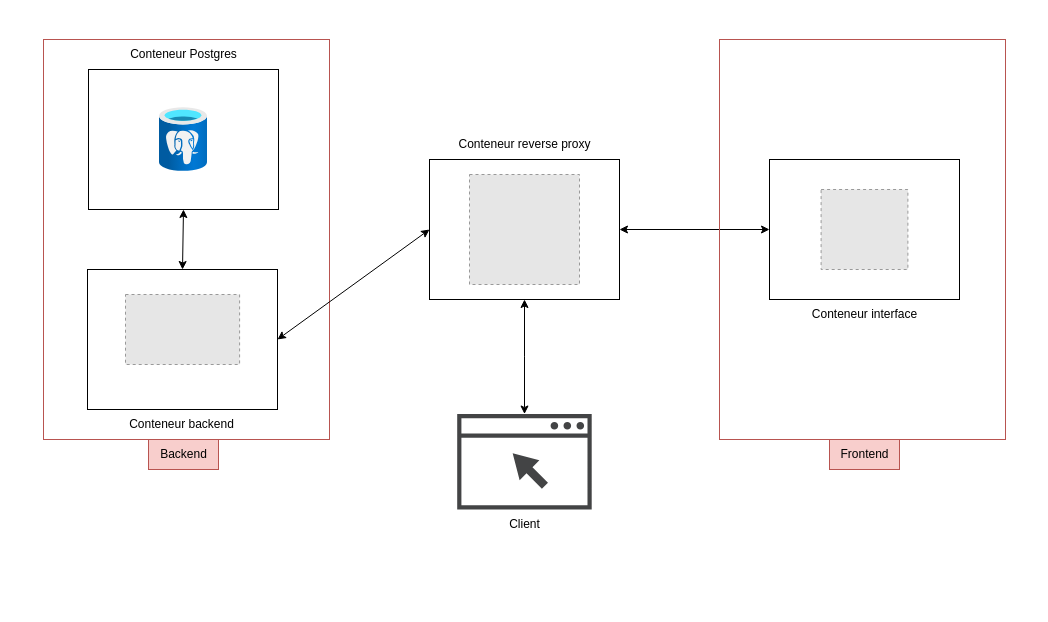
Before: docs/infra.drawio in PDG-GR9-Gestion-Decheterie/Gestion-Decheterie-Infra, a draw.io diagram. Source tidied: cells renumbered, new cells numbered last; positions are measured from the earlier drawing's top-left corner, leaving out a move shared by most shapes. Both pictures are drawn from the tidied source at 100%, with x=0, y=0 at pixel (43, 39). Pictures stored in the file or linked from it are replaced by grey dashed boxes.
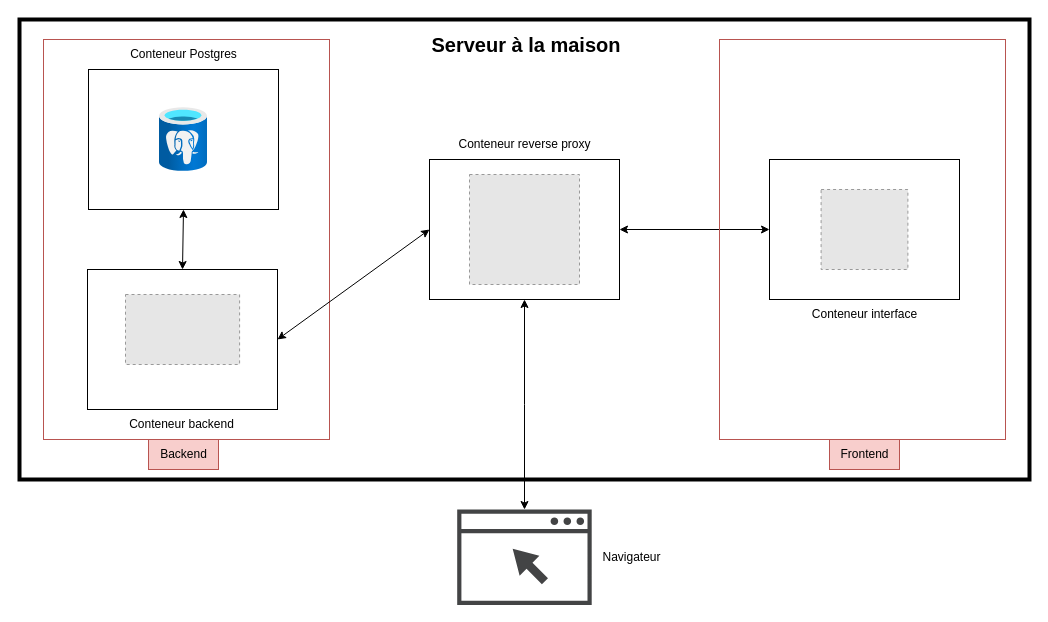
The same diagram, later.

What changed in the source:
```diff
@@
-    <mxCell id="21" value="Client" style="text;html=1;align=center;verticalAlign=middle;strokeColor=none;fillColor=none;" parent="1" vertex="1">
-      <mxGeometry x="456" y="470" width="50" height="30" as="geometry" />
+    <mxCell id="21" value="Navigateur" style="text;html=1;align=center;verticalAlign=middle;strokeColor=none;fillColor=none;" parent="1" vertex="1">
+      <mxGeometry x="548.2" y="502.8" width="80" height="30" as="geometry" />
     </mxCell>
@@
     <mxCell id="23" style="sketch=0;shadow=0;dashed=0;html=1;strokeColor=none;fillColor=#434445;labelPosition=center;verticalLabelPosition=bottom;verticalAlign=top;align=center;outlineConnect=0;shape=mxgraph.vvd.web_browser;" parent="1" vertex="1">
-      <mxGeometry x="413.7" y="374.5" width="134.5" height="95.5" as="geometry" />
+      <mxGeometry x="413.7" y="470" width="134.5" height="95.5" as="geometry" />
     </mxCell>
+    <mxCell id="24" style="rounded=0;whiteSpace=wrap;html=1;fillColor=none;strokeColor=#000000;strokeWidth=4;" parent="1" vertex="1">
+      <mxGeometry x="-24" y="-20" width="1010" height="460" as="geometry" />
+    </mxCell>
+    <mxCell id="25" value="Serveur à la maison" style="text;html=1;align=center;verticalAlign=middle;whiteSpace=wrap;rounded=0;fontStyle=1;fontSize=20;" parent="1" vertex="1">
+      <mxGeometry x="367.5" y="-10" width="230" height="30" as="geometry" />
+    </mxCell>
```
